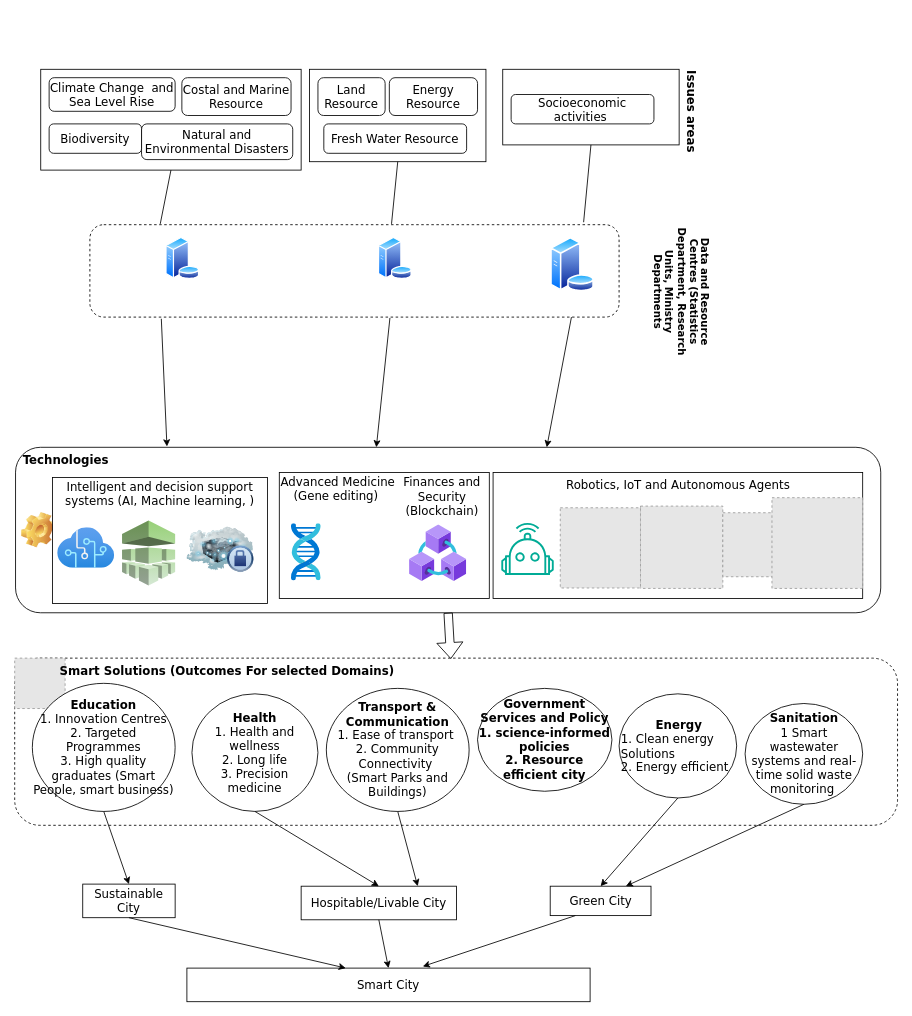
Before: page "BarbudaSmart" (2 of 2) of SystemReasoningOverview.drawio in Kibolabs/Diagrams, a draw.io diagram. Source tidied: cells renumbered, new cells numbered last; positions are measured from the earlier drawing's top-left corner, leaving out a move shared by most shapes. Both pictures are drawn from the tidied source at 84%, with x=0, y=0 at pixel (14, 69). Pictures stored in the file or linked from it are replaced by grey dashed boxes.
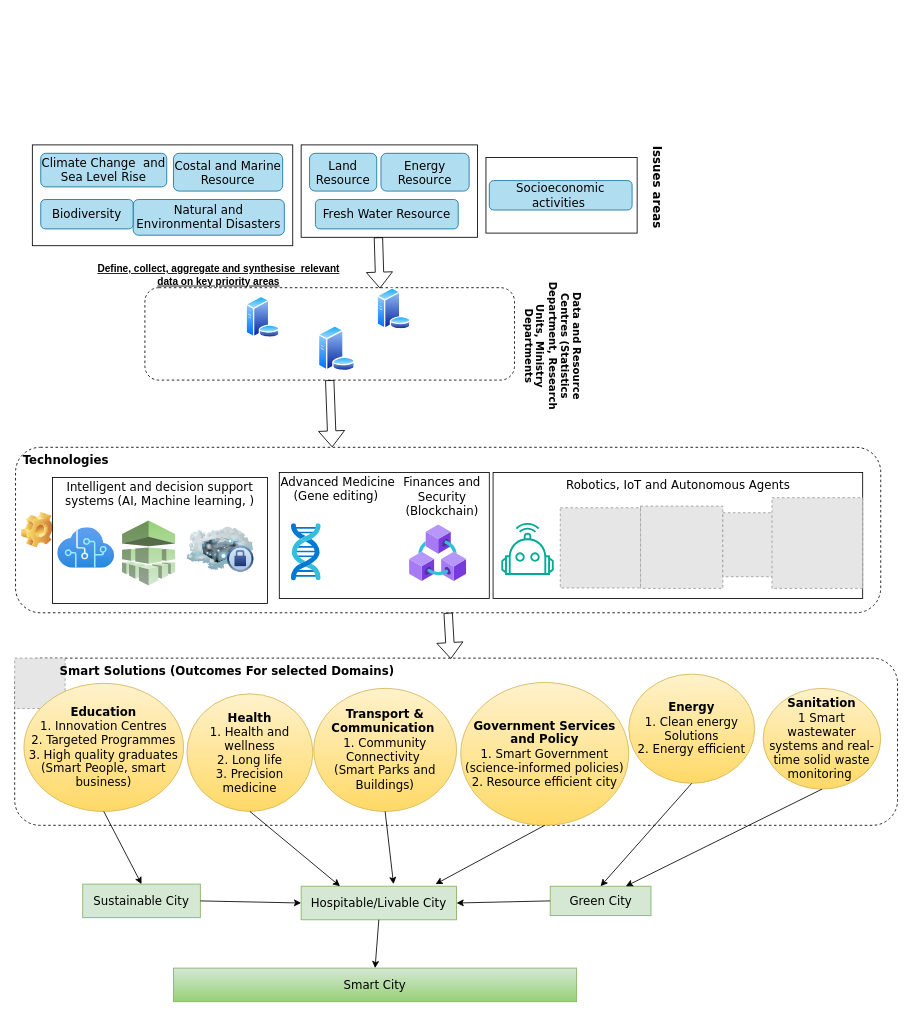
The same page after the edit.

Unchanged cells that the change refers to:
```xml
<mxCell id="2" style="rounded=1;whiteSpace=wrap;html=1;dashed=1;fontFamily=Verdana;fillColor=none;" parent="1" vertex="1">
  <mxGeometry y="701" width="1051" height="199" as="geometry" />
</mxCell>
```

What changed in the source:
```diff
@@
     <mxCell id="3" style="rounded=1;whiteSpace=wrap;html=1;fillColor=none;dashed=1;" parent="1" vertex="1">
-      <mxGeometry x="89.5" y="185" width="630" height="110" as="geometry" />
+      <mxGeometry x="155" y="260" width="440" height="110" as="geometry" />
     </mxCell>
-    <mxCell id="4" style="label;whiteSpace=wrap;html=1;image=img/clipart/Gear_128x128.png;fontFamily=Verdana;fontSize=14;fillColor=none;" parent="1" vertex="1">
+    <mxCell id="4" style="label;whiteSpace=wrap;html=1;image=img/clipart/Gear_128x128.png;fontFamily=Verdana;fontSize=14;fillColor=none;dashed=1;" parent="1" vertex="1">
       <mxGeometry x="1" y="450" width="1030" height="197" as="geometry" />
     </mxCell>
@@
     <mxCell id="8" style="rounded=0;whiteSpace=wrap;html=1;fontFamily=Verdana;fontSize=14;" parent="1" vertex="1">
-      <mxGeometry x="31" width="310" height="120" as="geometry" />
+      <mxGeometry x="21" y="90" width="310" height="120" as="geometry" />
     </mxCell>
     <mxCell id="9" style="rounded=0;whiteSpace=wrap;html=1;fontFamily=Verdana;fontSize=14;" parent="1" vertex="1">
-      <mxGeometry x="351" width="210" height="110" as="geometry" />
+      <mxGeometry x="341" y="90" width="210" height="110" as="geometry" />
     </mxCell>
     <mxCell id="10" style="rounded=0;whiteSpace=wrap;html=1;fontFamily=Verdana;fontSize=14;" parent="1" vertex="1">
-      <mxGeometry x="581" width="210" height="90" as="geometry" />
+      <mxGeometry x="561" y="105" width="180" height="90" as="geometry" />
     </mxCell>
-    <mxCell id="11" value="Climate Change &amp;nbsp;and Sea Level Rise" style="rounded=1;whiteSpace=wrap;html=1;fontFamily=Verdana;fontSize=14;" parent="1" vertex="1">
-      <mxGeometry x="41" y="10" width="150" height="40" as="geometry" />
+    <mxCell id="11" value="Climate Change &amp;nbsp;and Sea Level Rise" style="rounded=1;whiteSpace=wrap;html=1;fontFamily=Verdana;fontSize=14;fillColor=#b1ddf0;strokeColor=#10739e;" parent="1" vertex="1">
+      <mxGeometry x="31" y="100" width="150" height="40" as="geometry" />
     </mxCell>
-    <mxCell id="12" value="Natural and Environmental Disasters" style="rounded=1;whiteSpace=wrap;html=1;fontFamily=Verdana;fontSize=14;" parent="1" vertex="1">
-      <mxGeometry x="151" y="65" width="180" height="42.5" as="geometry" />
+    <mxCell id="12" value="Natural and Environmental Disasters" style="rounded=1;whiteSpace=wrap;html=1;fontFamily=Verdana;fontSize=14;fillColor=#b1ddf0;strokeColor=#10739e;" parent="1" vertex="1">
+      <mxGeometry x="141" y="155" width="180" height="42.5" as="geometry" />
     </mxCell>
     <mxCell id="13" value="Issues areas" style="text;html=1;align=center;verticalAlign=middle;whiteSpace=wrap;rounded=0;fontFamily=Verdana;fontSize=14;rotation=90;fontStyle=1;" parent="1" vertex="1">
-      <mxGeometry x="690.5" y="35" width="231" height="30" as="geometry" />
+      <mxGeometry x="649.5" y="125" width="231" height="30" as="geometry" />
     </mxCell>
@@
-    <mxCell id="15" value="Green City" style="rounded=0;whiteSpace=wrap;html=1;fontFamily=Verdana;fontSize=14;" parent="1" vertex="1">
+    <mxCell id="15" value="Green City" style="rounded=0;whiteSpace=wrap;html=1;fontFamily=Verdana;fontSize=14;fillColor=#d5e8d4;strokeColor=#82b366;" parent="1" vertex="1">
       <mxGeometry x="637.5" y="972.5" width="120" height="35" as="geometry" />
     </mxCell>
-    <mxCell id="16" value="Sustainable City" style="rounded=0;whiteSpace=wrap;html=1;fontFamily=Verdana;fontSize=14;" parent="1" vertex="1">
-      <mxGeometry x="81" y="970" width="110" height="40" as="geometry" />
+    <mxCell id="16" value="Sustainable City" style="rounded=0;whiteSpace=wrap;html=1;fontFamily=Verdana;fontSize=14;fillColor=#d5e8d4;strokeColor=#82b366;" parent="1" vertex="1">
+      <mxGeometry x="81" y="970" width="140" height="40" as="geometry" />
     </mxCell>
-    <mxCell id="17" value="Hospitable/Livable City" style="rounded=0;whiteSpace=wrap;html=1;fontFamily=Verdana;fontSize=14;" parent="1" vertex="1">
+    <mxCell id="17" value="Hospitable/Livable City" style="rounded=0;whiteSpace=wrap;html=1;fontFamily=Verdana;fontSize=14;fillColor=#d5e8d4;strokeColor=#82b366;" parent="1" vertex="1">
       <mxGeometry x="341" y="972.5" width="185" height="40" as="geometry" />
     </mxCell>
-    <mxCell id="18" value="Smart City" style="rounded=0;whiteSpace=wrap;html=1;fontFamily=Verdana;fontSize=14;" parent="1" vertex="1">
-      <mxGeometry x="205" y="1070" width="480" height="40" as="geometry" />
+    <mxCell id="18" value="Smart City" style="rounded=0;whiteSpace=wrap;html=1;fontFamily=Verdana;fontSize=14;fillColor=#d5e8d4;gradientColor=#97d077;strokeColor=#82b366;" parent="1" vertex="1">
+      <mxGeometry x="189" y="1070" width="480" height="40" as="geometry" />
     </mxCell>
-    <mxCell id="19" value="Costal and Marine Resource" style="rounded=1;whiteSpace=wrap;html=1;fontFamily=Verdana;fontSize=14;" parent="1" vertex="1">
-      <mxGeometry x="199" y="10" width="130" height="45" as="geometry" />
+    <mxCell id="19" value="Costal and Marine Resource" style="rounded=1;whiteSpace=wrap;html=1;fontFamily=Verdana;fontSize=14;fillColor=#b1ddf0;strokeColor=#10739e;" parent="1" vertex="1">
+      <mxGeometry x="189" y="100" width="130" height="45" as="geometry" />
     </mxCell>
-    <mxCell id="20" value="Land Resource" style="rounded=1;whiteSpace=wrap;html=1;fontFamily=Verdana;fontSize=14;" parent="1" vertex="1">
-      <mxGeometry x="361" y="10" width="80" height="45" as="geometry" />
+    <mxCell id="20" value="Land Resource" style="rounded=1;whiteSpace=wrap;html=1;fontFamily=Verdana;fontSize=14;fillColor=#b1ddf0;strokeColor=#10739e;" parent="1" vertex="1">
+      <mxGeometry x="351" y="100" width="80" height="45" as="geometry" />
     </mxCell>
-    <mxCell id="21" value="Energy Resource" style="rounded=1;whiteSpace=wrap;html=1;fontFamily=Verdana;fontSize=14;" parent="1" vertex="1">
-      <mxGeometry x="446" y="10" width="105" height="45" as="geometry" />
+    <mxCell id="21" value="Energy Resource" style="rounded=1;whiteSpace=wrap;html=1;fontFamily=Verdana;fontSize=14;fillColor=#b1ddf0;strokeColor=#10739e;" parent="1" vertex="1">
+      <mxGeometry x="436" y="100" width="105" height="45" as="geometry" />
     </mxCell>
-    <mxCell id="22" value="Biodiversity" style="rounded=1;whiteSpace=wrap;html=1;fontFamily=Verdana;fontSize=14;" parent="1" vertex="1">
-      <mxGeometry x="41" y="65" width="110" height="35" as="geometry" />
+    <mxCell id="22" value="Biodiversity" style="rounded=1;whiteSpace=wrap;html=1;fontFamily=Verdana;fontSize=14;fillColor=#b1ddf0;strokeColor=#10739e;" parent="1" vertex="1">
+      <mxGeometry x="31" y="155" width="110" height="35" as="geometry" />
     </mxCell>
-    <mxCell id="23" value="Socioeconomic activities&amp;nbsp;" style="rounded=1;whiteSpace=wrap;html=1;fontFamily=Verdana;fontSize=14;" parent="1" vertex="1">
-      <mxGeometry x="591" y="30" width="170" height="35" as="geometry" />
+    <mxCell id="23" value="Socioeconomic activities&amp;nbsp;" style="rounded=1;whiteSpace=wrap;html=1;fontFamily=Verdana;fontSize=14;fillColor=#b1ddf0;strokeColor=#10739e;" parent="1" vertex="1">
+      <mxGeometry x="565" y="132.5" width="170" height="35" as="geometry" />
     </mxCell>
-    <mxCell id="24" value="Fresh Water Resource" style="rounded=1;whiteSpace=wrap;html=1;fontFamily=Verdana;fontSize=14;" parent="1" vertex="1">
-      <mxGeometry x="368" y="65" width="170" height="35" as="geometry" />
+    <mxCell id="24" value="Fresh Water Resource" style="rounded=1;whiteSpace=wrap;html=1;fontFamily=Verdana;fontSize=14;fillColor=#b1ddf0;strokeColor=#10739e;" parent="1" vertex="1">
+      <mxGeometry x="358" y="155" width="170" height="35" as="geometry" />
     </mxCell>
@@
-    <mxCell id="38" value="&lt;b style=&quot;font-size: 14px;&quot;&gt;Transport &amp;amp; Communication&lt;/b&gt;&lt;br style=&quot;font-size: 14px;&quot;&gt;&lt;div style=&quot;&quot;&gt;1. Ease of transport&amp;nbsp;&lt;/div&gt;&lt;div style=&quot;&quot;&gt;&lt;div style=&quot;&quot;&gt;2. Community Connectivity&amp;nbsp;&lt;/div&gt;&lt;div style=&quot;&quot;&gt;&lt;div style=&quot;&quot;&gt;&lt;div style=&quot;&quot;&gt;(Smart Parks and Buildings)&lt;/div&gt;&lt;/div&gt;&lt;/div&gt;&lt;/div&gt;" style="ellipse;whiteSpace=wrap;html=1;fontFamily=Verdana;fontSize=14;" parent="1" vertex="1">
-      <mxGeometry x="371" y="737" width="170" height="146.5" as="geometry" />
+    <mxCell id="38" value="&lt;b style=&quot;font-size: 14px;&quot;&gt;Transport &amp;amp; Communication&lt;/b&gt;&amp;nbsp;&lt;b style=&quot;font-size: 14px;&quot;&gt;&lt;br&gt;&lt;/b&gt;&lt;div style=&quot;&quot;&gt;&lt;div style=&quot;&quot;&gt;1. Community Connectivity&amp;nbsp;&lt;/div&gt;&lt;div style=&quot;&quot;&gt;&lt;div style=&quot;&quot;&gt;&lt;div style=&quot;&quot;&gt;(Smart Parks and Buildings)&lt;/div&gt;&lt;/div&gt;&lt;/div&gt;&lt;/div&gt;" style="ellipse;whiteSpace=wrap;html=1;fontFamily=Verdana;fontSize=14;fillColor=#fff2cc;strokeColor=#d6b656;gradientColor=#ffd966;" parent="1" vertex="1">
+      <mxGeometry x="356" y="737" width="170" height="146.5" as="geometry" />
     </mxCell>
-    <mxCell id="39" value="&lt;span style=&quot;font-size: 14px;&quot;&gt;&lt;b&gt;Health&lt;/b&gt;&lt;br&gt;1. &lt;/span&gt;&lt;span style=&quot;font-size: 14px;&quot;&gt;Health and wellness&lt;br&gt;2. Long life&lt;br&gt;3. Precision medicine&lt;br&gt;&lt;/span&gt;" style="ellipse;whiteSpace=wrap;html=1;fontFamily=Verdana;fontSize=14;sketch=0;" parent="1" vertex="1">
-      <mxGeometry x="211" y="743.5" width="150" height="140" as="geometry" />
+    <mxCell id="39" value="&lt;span style=&quot;font-size: 14px;&quot;&gt;&lt;b&gt;Health&lt;/b&gt;&lt;br&gt;1. &lt;/span&gt;&lt;span style=&quot;font-size: 14px;&quot;&gt;Health and wellness&lt;br&gt;2. Long life&lt;br&gt;3. Precision medicine&lt;br&gt;&lt;/span&gt;" style="ellipse;whiteSpace=wrap;html=1;fontFamily=Verdana;fontSize=14;sketch=0;fillColor=#fff2cc;strokeColor=#d6b656;gradientColor=#ffd966;" parent="1" vertex="1">
+      <mxGeometry x="205" y="743.5" width="150" height="140" as="geometry" />
     </mxCell>
-    <mxCell id="40" value="&lt;b style=&quot;font-size: 14px;&quot;&gt;Sanitation&lt;/b&gt;&lt;br&gt;1 Smart wastewater systems and real-time solid waste monitoring&lt;span style=&quot;font-size: 14px;&quot;&gt;&amp;nbsp;&lt;br&gt;&lt;/span&gt;" style="ellipse;whiteSpace=wrap;html=1;fontFamily=Verdana;fontSize=14;" parent="1" vertex="1">
-      <mxGeometry x="869.5" y="755" width="140" height="120" as="geometry" />
+    <mxCell id="40" value="&lt;b style=&quot;font-size: 14px;&quot;&gt;Sanitation&lt;/b&gt;&lt;br&gt;1 Smart wastewater systems and real-time solid waste monitoring&lt;span style=&quot;font-size: 14px;&quot;&gt;&amp;nbsp;&lt;br&gt;&lt;/span&gt;" style="ellipse;whiteSpace=wrap;html=1;fontFamily=Verdana;fontSize=14;fillColor=#fff2cc;strokeColor=#d6b656;gradientColor=#ffd966;" parent="1" vertex="1">
+      <mxGeometry x="891" y="737" width="140" height="120" as="geometry" />
     </mxCell>
-    <mxCell id="41" value="&lt;b style=&quot;font-size: 14px;&quot;&gt;Education&lt;/b&gt;&lt;br style=&quot;font-size: 14px;&quot;&gt;1. Innovation Centres&lt;br style=&quot;font-size: 14px;&quot;&gt;2. Targeted Programmes&lt;br&gt;3. High quality graduates (Smart People, smart business)" style="ellipse;whiteSpace=wrap;html=1;fontFamily=Verdana;fontSize=14;" parent="1" vertex="1">
-      <mxGeometry x="21" y="731" width="170" height="152.5" as="geometry" />
+    <mxCell id="41" value="&lt;b style=&quot;font-size: 14px;&quot;&gt;Education&lt;/b&gt;&lt;br style=&quot;font-size: 14px;&quot;&gt;1. Innovation Centres&lt;br style=&quot;font-size: 14px;&quot;&gt;2. Targeted Programmes&lt;br&gt;3. High quality graduates (Smart People, smart business)" style="ellipse;whiteSpace=wrap;html=1;fontFamily=Verdana;fontSize=14;fillColor=#fff2cc;strokeColor=#d6b656;gradientColor=#ffd966;" parent="1" vertex="1">
+      <mxGeometry x="11" y="731" width="190" height="152.5" as="geometry" />
     </mxCell>
@@
-    <mxCell id="43" style="endArrow=classic;html=1;rounded=0;entryX=0.5;entryY=0;entryDx=0;entryDy=0;exitX=0.5;exitY=1;exitDx=0;exitDy=0;fontFamily=Verdana;fontSize=14;" parent="1" edge="1" source="39" target="17">
+    <mxCell id="43" style="endArrow=classic;html=1;rounded=0;entryX=0.25;entryY=0;entryDx=0;entryDy=0;exitX=0.5;exitY=1;exitDx=0;exitDy=0;fontFamily=Verdana;fontSize=14;" parent="1" edge="1" source="39" target="17">
       <mxGeometry relative="1" as="geometry" />
     </mxCell>
-    <mxCell id="44" style="endArrow=classic;html=1;rounded=0;entryX=0.75;entryY=0;entryDx=0;entryDy=0;exitX=0.5;exitY=1;exitDx=0;exitDy=0;fontFamily=Verdana;fontSize=14;" parent="1" edge="1" source="38" target="17">
-      <mxGeometry relative="1" as="geometry" />
+    <mxCell id="44" style="endArrow=classic;html=1;rounded=0;exitX=0.5;exitY=1;exitDx=0;exitDy=0;fontFamily=Verdana;fontSize=14;" parent="1" edge="1" source="38">
+      <mxGeometry relative="1" as="geometry">
+        <mxPoint x="451" y="970" as="targetPoint" />
+      </mxGeometry>
     </mxCell>
@@
-    <mxCell id="46" style="endArrow=classic;html=1;rounded=0;exitX=0.5;exitY=1;exitDx=0;exitDy=0;entryX=0.394;entryY=0;entryDx=0;entryDy=0;entryPerimeter=0;fontFamily=Verdana;fontSize=14;" parent="1" edge="1" source="16" target="18">
-      <mxGeometry relative="1" as="geometry" />
-    </mxCell>
@@
-    <mxCell id="48" style="endArrow=classic;html=1;rounded=0;exitX=0.25;exitY=1;exitDx=0;exitDy=0;entryX=0.585;entryY=-0.05;entryDx=0;entryDy=0;entryPerimeter=0;fontFamily=Verdana;fontSize=14;" parent="1" edge="1" source="15" target="18">
-      <mxGeometry relative="1" as="geometry" />
-    </mxCell>
-    <mxCell id="49" style="endArrow=classic;html=1;rounded=0;fontFamily=Verdana;fontSize=14;exitX=0.91;exitY=1;exitDx=0;exitDy=0;entryX=0.614;entryY=0;entryDx=0;entryDy=0;entryPerimeter=0;startArrow=none;exitPerimeter=0;" parent="1" edge="1" source="3" target="4">
-      <mxGeometry relative="1" as="geometry" />
-    </mxCell>
-    <mxCell id="50" style="endArrow=classic;html=1;rounded=0;fontFamily=Verdana;fontSize=14;exitX=0.567;exitY=1.009;exitDx=0;exitDy=0;entryX=0.417;entryY=0;entryDx=0;entryDy=0;entryPerimeter=0;startArrow=none;exitPerimeter=0;" parent="1" edge="1" source="3" target="4">
-      <mxGeometry relative="1" as="geometry" />
-    </mxCell>
-    <mxCell id="51" style="endArrow=classic;html=1;rounded=0;fontFamily=Verdana;fontSize=14;exitX=0.135;exitY=1.018;exitDx=0;exitDy=0;entryX=0.175;entryY=-0.005;entryDx=0;entryDy=0;entryPerimeter=0;startArrow=none;exitPerimeter=0;" parent="1" edge="1" source="3" target="4">
-      <mxGeometry relative="1" as="geometry" />
-    </mxCell>
-    <mxCell id="52" value="&lt;div style=&quot;text-align: center;&quot;&gt;&lt;b&gt;Energy&lt;/b&gt;&lt;/div&gt;&lt;span style=&quot;font-size: 14px;&quot;&gt;&lt;div style=&quot;&quot;&gt;1. Clean energy Solutions&lt;/div&gt;&lt;div style=&quot;&quot;&gt;2. Energy efficient&lt;/div&gt;&lt;/span&gt;" style="ellipse;whiteSpace=wrap;html=1;fontFamily=Verdana;fontSize=14;align=left;" parent="1" vertex="1">
-      <mxGeometry x="719.5" y="743.5" width="140" height="124" as="geometry" />
+    <mxCell id="52" value="&lt;div style=&quot;&quot;&gt;&lt;b&gt;Energy&lt;/b&gt;&lt;/div&gt;&lt;span style=&quot;font-size: 14px;&quot;&gt;&lt;div style=&quot;&quot;&gt;1. Clean energy Solutions&lt;/div&gt;&lt;div style=&quot;&quot;&gt;2. Energy efficient&lt;/div&gt;&lt;/span&gt;" style="ellipse;whiteSpace=wrap;html=1;fontFamily=Verdana;fontSize=14;align=center;fillColor=#fff2cc;strokeColor=#d6b656;gradientColor=#ffd966;" parent="1" vertex="1">
+      <mxGeometry x="731" y="720" width="150" height="130" as="geometry" />
     </mxCell>
@@
-    <mxCell id="55" value="&lt;b&gt;Government Services and&amp;nbsp;Policy&lt;br&gt;1. science-informed policies&lt;br&gt;2. Resource efficient city&lt;br&gt;&lt;/b&gt;" style="ellipse;whiteSpace=wrap;html=1;fontFamily=Verdana;fontSize=14;" parent="1" vertex="1">
-      <mxGeometry x="551" y="737" width="160" height="122.5" as="geometry" />
+    <mxCell id="55" value="&lt;div style=&quot;&quot;&gt;&lt;b&gt;Government Services and&amp;nbsp;Policy&lt;/b&gt;&lt;/div&gt;&lt;div style=&quot;&quot;&gt;1. Smart Government (science-informed policies)&lt;/div&gt;&lt;div style=&quot;&quot;&gt;2. Resource efficient city&lt;/div&gt;" style="ellipse;whiteSpace=wrap;html=1;fontFamily=Verdana;fontSize=14;align=center;fillColor=#fff2cc;strokeColor=#d6b656;gradientColor=#ffd966;" parent="1" vertex="1">
+      <mxGeometry x="531" y="730" width="200" height="170" as="geometry" />
     </mxCell>
@@
     <mxCell id="57" style="perimeter=ellipsePerimeter;html=1;align=center;shadow=0;dashed=0;spacingTop=3;image;image=img/lib/active_directory/database_server.svg;" parent="1" vertex="1">
-      <mxGeometry x="179.5" y="200" width="41" height="50" as="geometry" />
+      <mxGeometry x="275" y="270" width="41" height="50" as="geometry" />
     </mxCell>
-    <mxCell id="58" style="endArrow=none;html=1;rounded=0;fontFamily=Verdana;fontSize=14;exitX=0.5;exitY=1;exitDx=0;exitDy=0;entryX=0.133;entryY=-0.009;entryDx=0;entryDy=0;entryPerimeter=0;" parent="1" edge="1" source="8" target="3">
-      <mxGeometry relative="1" as="geometry" />
-    </mxCell>
     <mxCell id="59" style="perimeter=ellipsePerimeter;html=1;align=center;shadow=0;dashed=0;spacingTop=3;image;image=img/lib/active_directory/database_server.svg;" parent="1" vertex="1">
-      <mxGeometry x="432.5" y="200" width="41" height="50" as="geometry" />
+      <mxGeometry x="431" y="260" width="41" height="50" as="geometry" />
     </mxCell>
-    <mxCell id="60" style="endArrow=none;html=1;rounded=0;fontFamily=Verdana;fontSize=14;exitX=0.5;exitY=1;exitDx=0;exitDy=0;entryX=0.57;entryY=-0.009;entryDx=0;entryDy=0;entryPerimeter=0;" parent="1" edge="1" source="9" target="3">
-      <mxGeometry relative="1" as="geometry" />
-    </mxCell>
     <mxCell id="61" style="perimeter=ellipsePerimeter;html=1;align=center;shadow=0;dashed=0;spacingTop=3;image;image=img/lib/active_directory/database_server.svg;" parent="1" vertex="1">
-      <mxGeometry x="637.5" y="200" width="53" height="64.6" as="geometry" />
+      <mxGeometry x="361" y="305" width="44.8" height="54.6" as="geometry" />
     </mxCell>
-    <mxCell id="62" style="endArrow=none;html=1;rounded=0;fontFamily=Verdana;fontSize=14;exitX=0.5;exitY=1;exitDx=0;exitDy=0;entryX=0.933;entryY=-0.027;entryDx=0;entryDy=0;entryPerimeter=0;" parent="1" edge="1" source="10" target="3">
-      <mxGeometry relative="1" as="geometry" />
-    </mxCell>
     <mxCell id="63" value="Data and Resource Centres (Statistics Department, Research Units, Ministry Departments" style="text;html=1;strokeColor=none;fillColor=none;align=center;verticalAlign=middle;whiteSpace=wrap;rounded=0;dashed=1;rotation=90;fontFamily=Verdana;fontStyle=1;" parent="1" vertex="1">
-      <mxGeometry x="704" y="235" width="180" height="60" as="geometry" />
+      <mxGeometry x="551" y="299.6" width="180" height="60" as="geometry" />
     </mxCell>
-    <mxCell id="64" style="shape=flexArrow;endArrow=classic;html=1;rounded=0;fontFamily=Verdana;exitX=0.5;exitY=1;exitDx=0;exitDy=0;entryX=0.494;entryY=0.005;entryDx=0;entryDy=0;entryPerimeter=0;" parent="1" edge="1" source="4" target="2">
+    <mxCell id="64" style="shape=flexArrow;endArrow=classic;html=1;rounded=0;fontFamily=Verdana;entryX=0.494;entryY=0.005;entryDx=0;entryDy=0;entryPerimeter=0;exitX=0.5;exitY=1;exitDx=0;exitDy=0;" parent="1" edge="1" source="4" target="2">
       <mxGeometry relative="1" as="geometry" />
     </mxCell>
@@
+    <mxCell id="66" value="Define, collect, aggregate and synthesise &amp;nbsp;relevant data on key priority areas" style="text;html=1;strokeColor=none;fillColor=none;align=center;verticalAlign=middle;whiteSpace=wrap;rounded=0;fontStyle=5;" parent="1" vertex="1">
+      <mxGeometry x="93" y="230" width="300" height="30" as="geometry" />
+    </mxCell>
+    <mxCell id="60" style="shape=flexArrow;endArrow=classic;html=1;rounded=0;exitX=0.438;exitY=1;exitDx=0;exitDy=0;exitPerimeter=0;entryX=0.636;entryY=0.009;entryDx=0;entryDy=0;entryPerimeter=0;" parent="1" edge="1" source="9" target="3">
+      <mxGeometry relative="1" as="geometry" />
+    </mxCell>
+    <mxCell id="67" style="shape=flexArrow;endArrow=classic;html=1;rounded=0;exitX=0.5;exitY=1;exitDx=0;exitDy=0;entryX=0.366;entryY=0;entryDx=0;entryDy=0;entryPerimeter=0;" parent="1" edge="1" source="3" target="4">
+      <mxGeometry relative="1" as="geometry" />
+    </mxCell>
+    <mxCell id="68" style="endArrow=classic;html=1;rounded=0;exitX=1;exitY=0.5;exitDx=0;exitDy=0;entryX=0;entryY=0.5;entryDx=0;entryDy=0;" parent="1" edge="1" source="16" target="17">
+      <mxGeometry relative="1" as="geometry" />
+    </mxCell>
+    <mxCell id="69" style="endArrow=classic;html=1;rounded=0;exitX=0;exitY=0.5;exitDx=0;exitDy=0;entryX=1;entryY=0.5;entryDx=0;entryDy=0;" parent="1" edge="1" source="15" target="17">
+      <mxGeometry relative="1" as="geometry" />
+    </mxCell>
+    <mxCell id="70" style="endArrow=classic;html=1;rounded=0;exitX=0.5;exitY=1;exitDx=0;exitDy=0;" parent="1" edge="1" source="55">
+      <mxGeometry relative="1" as="geometry">
+        <mxPoint x="501" y="970" as="targetPoint" />
+      </mxGeometry>
+    </mxCell>
```
